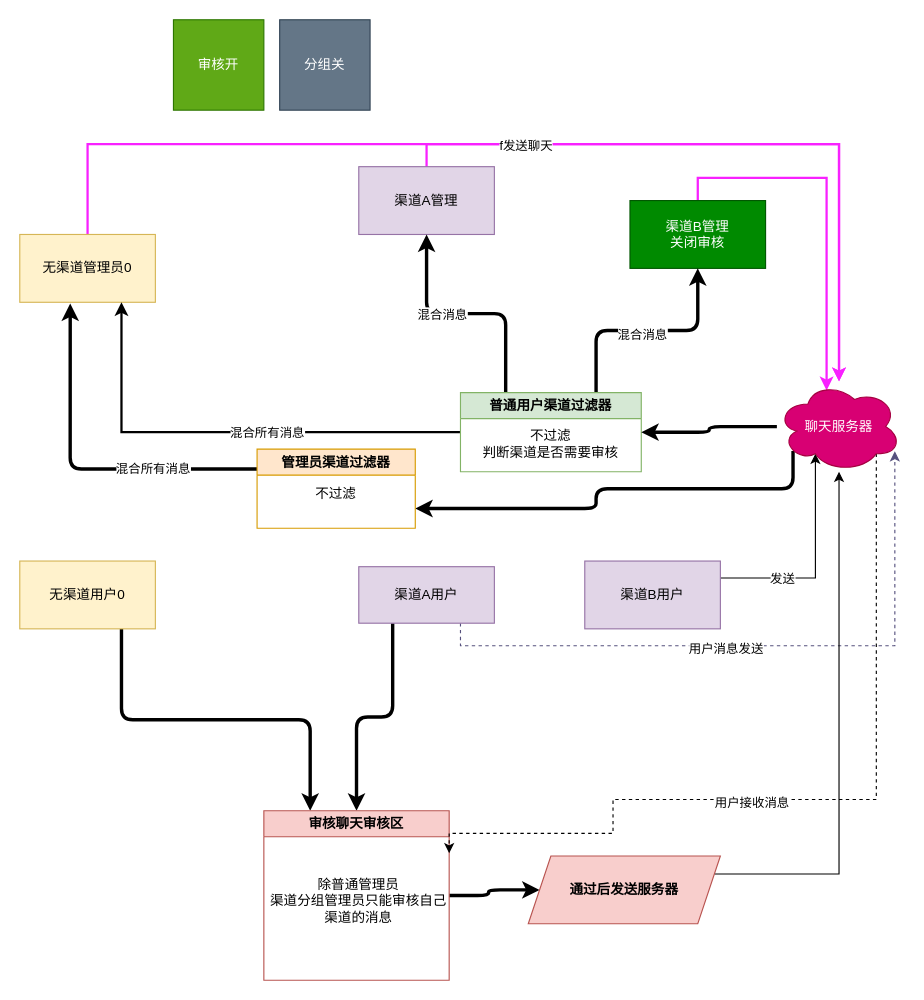
This is page "渠道关+审核开" (2 of 3) of 渠道关闭+审核开启.drawio from mark0758/ajax, a draw.io file, before an edit. Source tidied: cells renumbered, new cells numbered last; positions are measured from the earlier drawing's top-left corner, leaving out a move shared by most shapes. Both pictures are drawn from the tidied source at 113%, with x=0, y=0 at pixel (19, 19).
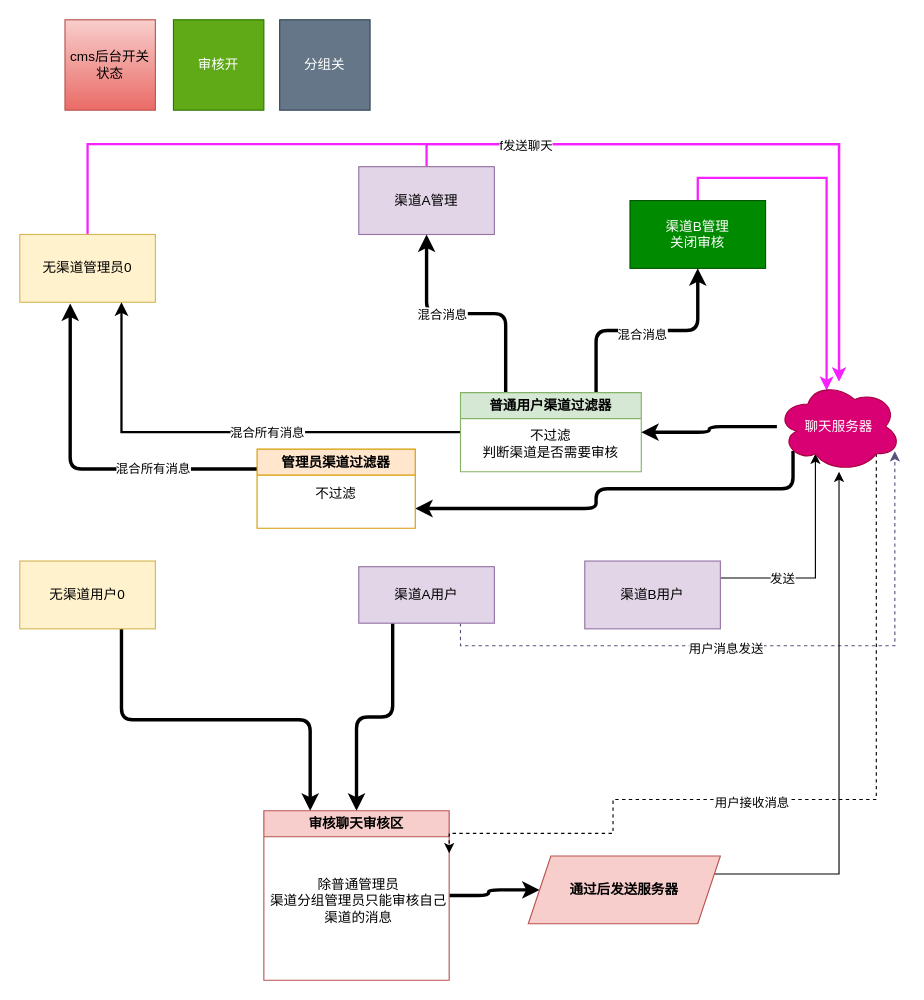
After the change.

Diff of the diagram source:
```diff
@@
+    <mxCell id="42" value="cms后台开关状态" style="whiteSpace=wrap;html=1;fillColor=#f8cecc;strokeColor=#b85450;gradientColor=#ea6b66;" parent="1" vertex="1">
+      <mxGeometry x="40" width="80" height="80" as="geometry" />
+    </mxCell>
```
